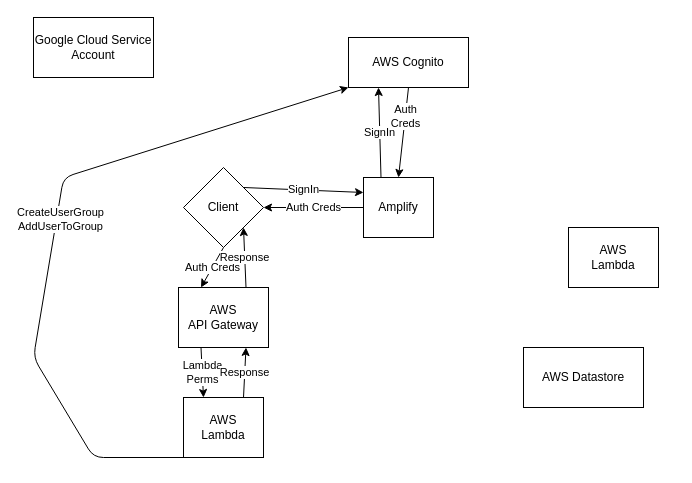
Dougu-Asa/Dougu keeps this draw.io diagram as documents/network.drawio. Above is the earlier version. Source tidied: cells renumbered, new cells numbered last; positions are measured from the earlier drawing's top-left corner, leaving out a move shared by most shapes. Both pictures are drawn from the tidied source at 100%, with x=0, y=0 at pixel (33, 17).
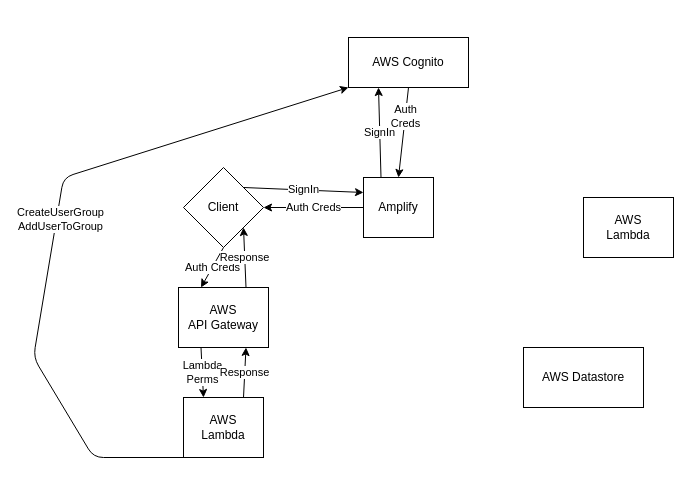
Above is the later version.

What changed in the source:
```diff
@@
     <mxCell id="19" value="AWS&lt;br&gt;Lambda" style="whiteSpace=wrap;html=1;" parent="1" vertex="1">
-      <mxGeometry x="535" y="210" width="90" height="60" as="geometry" />
+      <mxGeometry x="550" y="180" width="90" height="60" as="geometry" />
     </mxCell>
-    <mxCell id="20" value="Google Cloud Service Account" style="whiteSpace=wrap;html=1;" parent="1" vertex="1">
-      <mxGeometry width="120" height="60" as="geometry" />
-    </mxCell>
```
